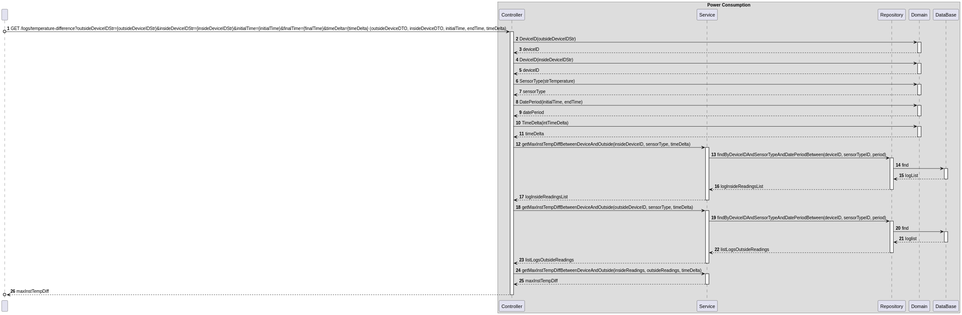
olivDiogo/SmartHome keeps this PlantUML diagram as docs/ooa/C4_4plus1_models/Level3/ProcessView/ProcessViewLevel3_UC13_v1.svg. Above is the earlier version.
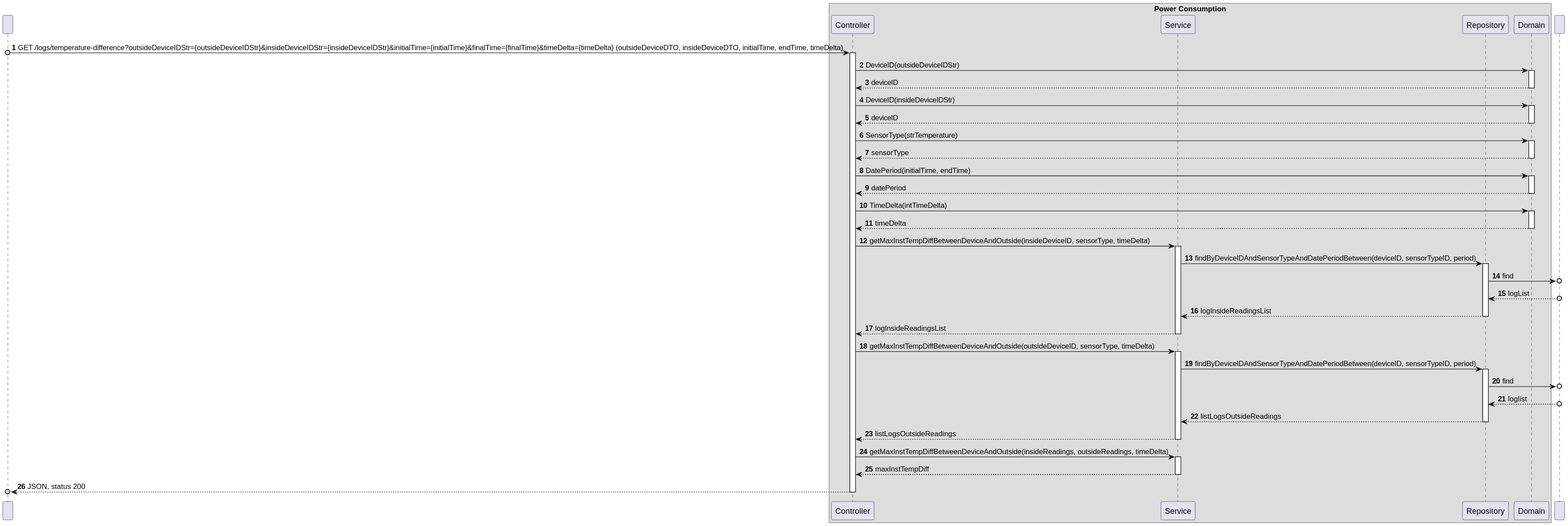
Later version of the same file.

Commit message:
docs: updates on process view level 2 and 3 diagrams

What changed in the source:
```diff
@@ -6,8 +6,10 @@
 participant Service as "Service"
 participant Repository as "Repository"
 participant Domain as "Domain"
-participant DataBase as "DataBase"
 end box
+
+participant DataBase as " "
+
 
 autonumber
 
@@ -30,28 +32,33 @@
 
 Controller -> Domain: SensorType(strTemperature)
 activate Domain
+
 Domain --> Controller : sensorType
 deactivate Domain
 
 Controller -> Domain: DatePeriod(initialTime, endTime)
 activate Domain
+
 Domain --> Controller : datePeriod
 deactivate Domain
 
 Controller -> Domain: TimeDelta(intTimeDelta)
 activate Domain
+
 Domain --> Controller : timeDelta
 deactivate Domain
 
 Controller -> Service: getMaxInstTempDiffBetweenDeviceAndOutside(insideDeviceID, sensorType, timeDelta)
 activate Service
+
 Service -> Repository: findByDeviceIDAndSensorTypeAndDatePeriodBetween(deviceID, sensorTypeID, period)
 
 activate Repository
-Repository -> DataBase: find
-activate DataBase
-DataBase --> Repository: logList
-deactivate DataBase
+
+Repository ->o DataBase: find
+
+
+DataBase o--> Repository: logList
 
 Repository --> Service: logInsideReadingsList
 deactivate Repository
@@ -61,13 +68,14 @@
 
 Controller -> Service: getMaxInstTempDiffBetweenDeviceAndOutside(outsideDeviceID, sensorType, timeDelta)
 activate Service
+
 Service -> Repository: findByDeviceIDAndSensorTypeAndDatePeriodBetween(deviceID, sensorTypeID, period)
 
 activate Repository
-Repository -> DataBase: find
-activate DataBase
-DataBase --> Repository: loglist
-deactivate DataBase
+
+Repository ->o DataBase: find
+
+DataBase o--> Repository: loglist
 
 
 
@@ -83,6 +91,6 @@
 Service --> Controller: maxInstTempDiff
 deactivate Service
 
-Controller -->o User: maxInstTempDiff
+Controller -->o User: JSON, status 200
 deactivate Controller
 @enduml
```
